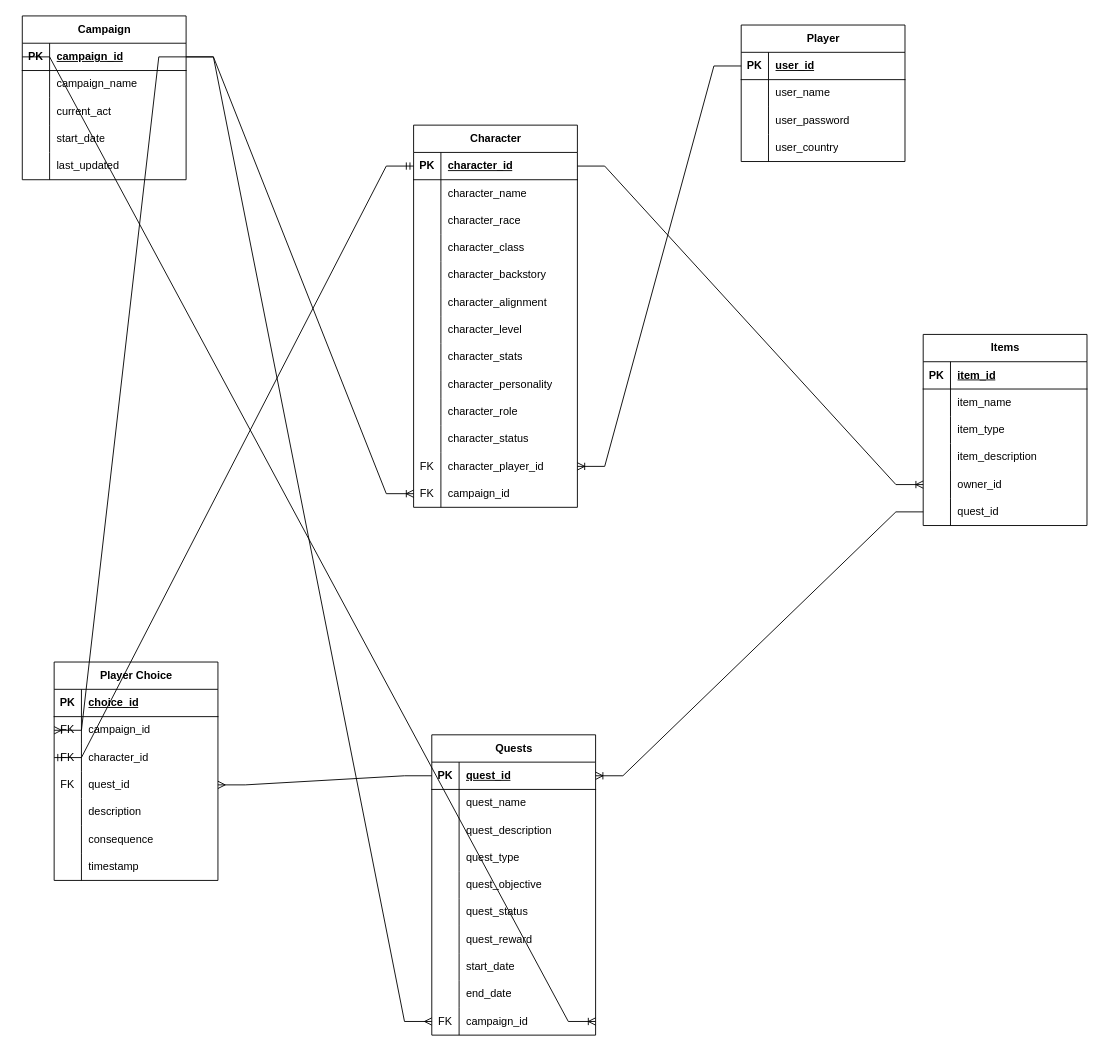
This is Diagrama sem nome.drawio from RickyBoyy/DnD, a draw.io file, before an edit. Source tidied: cells renumbered, new cells numbered last; positions are measured from the earlier drawing's top-left corner, leaving out a move shared by most shapes. Both pictures are drawn from the tidied source at 91%, with x=0, y=0 at pixel (22, 15).
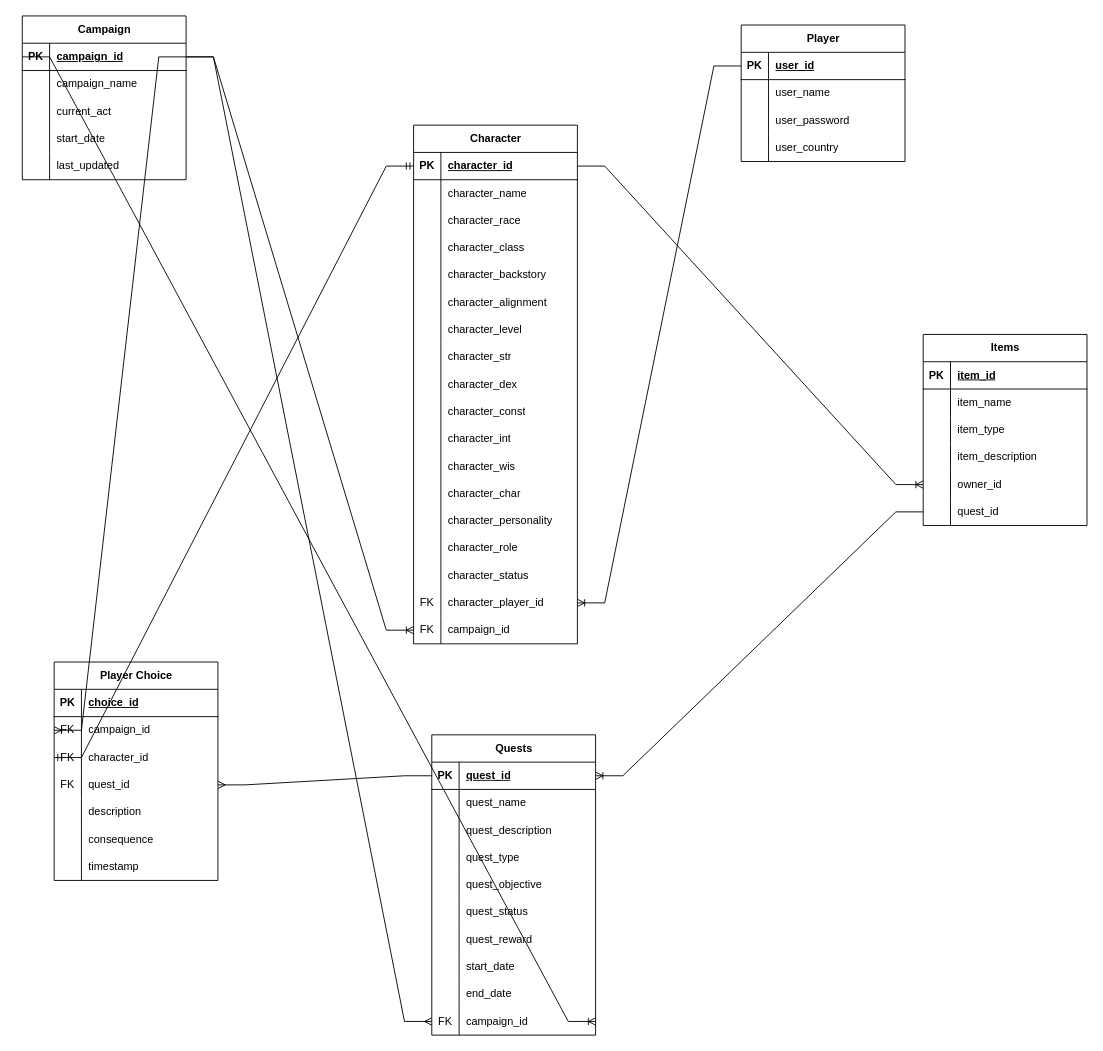
Above is the later version.

Unchanged cells that the change refers to:
```xml
<mxCell id="71" style="shape=tableRow;horizontal=0;startSize=0;swimlaneHead=0;swimlaneBody=0;fillColor=none;top=0;left=0;right=0;bottom=0;" parent="49" vertex="1">
  <mxGeometry y="240" width="180" height="30" as="geometry" />
</mxCell>
```

The edit, as a diff of the source:
```diff
@@
     <mxCell id="49" value="Character" style="shape=table;startSize=30;childLayout=tableLayout;rowLines=0;fontStyle=1;align=center;html=1;" parent="1" vertex="1">
-      <mxGeometry x="430" y="120" width="180" height="420" as="geometry" />
+      <mxGeometry x="430" y="120" width="180" height="570" as="geometry" />
     </mxCell>
@@
-    <mxCell id="73" value="character_stats" style="shape=partialRectangle;fillColor=none;top=0;left=0;bottom=0;right=0;align=left;spacingLeft=6;overflow=hidden;whiteSpace=wrap;html=1;" parent="71" vertex="1">
+    <mxCell id="73" value="character_str" style="shape=partialRectangle;fillColor=none;top=0;left=0;bottom=0;right=0;align=left;spacingLeft=6;overflow=hidden;whiteSpace=wrap;html=1;" parent="71" vertex="1">
       <mxGeometry x="30" width="150" height="30" as="geometry" />
     </mxCell>
+    <mxCell id="152" style="shape=tableRow;horizontal=0;startSize=0;swimlaneHead=0;swimlaneBody=0;fillColor=none;top=0;left=0;right=0;bottom=0;" parent="49" vertex="1">
+      <mxGeometry y="270" width="180" height="30" as="geometry" />
+    </mxCell>
+    <mxCell id="153" style="shape=partialRectangle;fillColor=none;top=0;left=0;bottom=0;right=0;overflow=hidden;whiteSpace=wrap;html=1;" parent="152" vertex="1">
+      <mxGeometry width="30" height="30" as="geometry" />
+    </mxCell>
+    <mxCell id="154" value="character_dex" style="shape=partialRectangle;fillColor=none;top=0;left=0;bottom=0;right=0;align=left;spacingLeft=6;overflow=hidden;whiteSpace=wrap;html=1;" parent="152" vertex="1">
+      <mxGeometry x="30" width="150" height="30" as="geometry" />
+    </mxCell>
+    <mxCell id="155" style="shape=tableRow;horizontal=0;startSize=0;swimlaneHead=0;swimlaneBody=0;fillColor=none;top=0;left=0;right=0;bottom=0;" parent="49" vertex="1">
+      <mxGeometry y="300" width="180" height="30" as="geometry" />
+    </mxCell>
+    <mxCell id="156" style="shape=partialRectangle;fillColor=none;top=0;left=0;bottom=0;right=0;overflow=hidden;whiteSpace=wrap;html=1;" parent="155" vertex="1">
+      <mxGeometry width="30" height="30" as="geometry" />
+    </mxCell>
+    <mxCell id="157" value="character_const" style="shape=partialRectangle;fillColor=none;top=0;left=0;bottom=0;right=0;align=left;spacingLeft=6;overflow=hidden;whiteSpace=wrap;html=1;" parent="155" vertex="1">
+      <mxGeometry x="30" width="150" height="30" as="geometry" />
+    </mxCell>
+    <mxCell id="158" style="shape=tableRow;horizontal=0;startSize=0;swimlaneHead=0;swimlaneBody=0;fillColor=none;top=0;left=0;right=0;bottom=0;" parent="49" vertex="1">
+      <mxGeometry y="330" width="180" height="30" as="geometry" />
+    </mxCell>
+    <mxCell id="159" style="shape=partialRectangle;fillColor=none;top=0;left=0;bottom=0;right=0;overflow=hidden;whiteSpace=wrap;html=1;" parent="158" vertex="1">
+      <mxGeometry width="30" height="30" as="geometry" />
+    </mxCell>
+    <mxCell id="160" value="character_int" style="shape=partialRectangle;fillColor=none;top=0;left=0;bottom=0;right=0;align=left;spacingLeft=6;overflow=hidden;whiteSpace=wrap;html=1;" parent="158" vertex="1">
+      <mxGeometry x="30" width="150" height="30" as="geometry" />
+    </mxCell>
+    <mxCell id="161" style="shape=tableRow;horizontal=0;startSize=0;swimlaneHead=0;swimlaneBody=0;fillColor=none;top=0;left=0;right=0;bottom=0;" parent="49" vertex="1">
+      <mxGeometry y="360" width="180" height="30" as="geometry" />
+    </mxCell>
+    <mxCell id="162" style="shape=partialRectangle;fillColor=none;top=0;left=0;bottom=0;right=0;overflow=hidden;whiteSpace=wrap;html=1;" parent="161" vertex="1">
+      <mxGeometry width="30" height="30" as="geometry" />
+    </mxCell>
+    <mxCell id="163" value="character_wis" style="shape=partialRectangle;fillColor=none;top=0;left=0;bottom=0;right=0;align=left;spacingLeft=6;overflow=hidden;whiteSpace=wrap;html=1;" parent="161" vertex="1">
+      <mxGeometry x="30" width="150" height="30" as="geometry" />
+    </mxCell>
+    <mxCell id="164" style="shape=tableRow;horizontal=0;startSize=0;swimlaneHead=0;swimlaneBody=0;fillColor=none;top=0;left=0;right=0;bottom=0;" parent="49" vertex="1">
+      <mxGeometry y="390" width="180" height="30" as="geometry" />
+    </mxCell>
+    <mxCell id="165" style="shape=partialRectangle;fillColor=none;top=0;left=0;bottom=0;right=0;overflow=hidden;whiteSpace=wrap;html=1;" parent="164" vertex="1">
+      <mxGeometry width="30" height="30" as="geometry" />
+    </mxCell>
+    <mxCell id="166" value="character_char" style="shape=partialRectangle;fillColor=none;top=0;left=0;bottom=0;right=0;align=left;spacingLeft=6;overflow=hidden;whiteSpace=wrap;html=1;" parent="164" vertex="1">
+      <mxGeometry x="30" width="150" height="30" as="geometry" />
+    </mxCell>
     <mxCell id="74" style="shape=tableRow;horizontal=0;startSize=0;swimlaneHead=0;swimlaneBody=0;fillColor=none;top=0;left=0;right=0;bottom=0;" parent="49" vertex="1">
-      <mxGeometry y="270" width="180" height="30" as="geometry" />
+      <mxGeometry y="420" width="180" height="30" as="geometry" />
     </mxCell>
@@
     <mxCell id="77" style="shape=tableRow;horizontal=0;startSize=0;swimlaneHead=0;swimlaneBody=0;fillColor=none;top=0;left=0;right=0;bottom=0;" parent="49" vertex="1">
-      <mxGeometry y="300" width="180" height="30" as="geometry" />
+      <mxGeometry y="450" width="180" height="30" as="geometry" />
     </mxCell>
@@
     <mxCell id="80" style="shape=tableRow;horizontal=0;startSize=0;swimlaneHead=0;swimlaneBody=0;fillColor=none;top=0;left=0;right=0;bottom=0;" parent="49" vertex="1">
-      <mxGeometry y="330" width="180" height="30" as="geometry" />
+      <mxGeometry y="480" width="180" height="30" as="geometry" />
     </mxCell>
@@
     <mxCell id="83" style="shape=tableRow;horizontal=0;startSize=0;swimlaneHead=0;swimlaneBody=0;fillColor=none;points=[[0,0.5],[1,0.5]];portConstraint=eastwest;top=0;left=0;right=0;bottom=0;" parent="49" vertex="1">
-      <mxGeometry y="360" width="180" height="30" as="geometry" />
+      <mxGeometry y="510" width="180" height="30" as="geometry" />
     </mxCell>
@@
     <mxCell id="86" style="shape=tableRow;horizontal=0;startSize=0;swimlaneHead=0;swimlaneBody=0;fillColor=none;points=[[0,0.5],[1,0.5]];portConstraint=eastwest;top=0;left=0;right=0;bottom=0;" parent="49" vertex="1">
-      <mxGeometry y="390" width="180" height="30" as="geometry" />
+      <mxGeometry y="540" width="180" height="30" as="geometry" />
     </mxCell>
```
